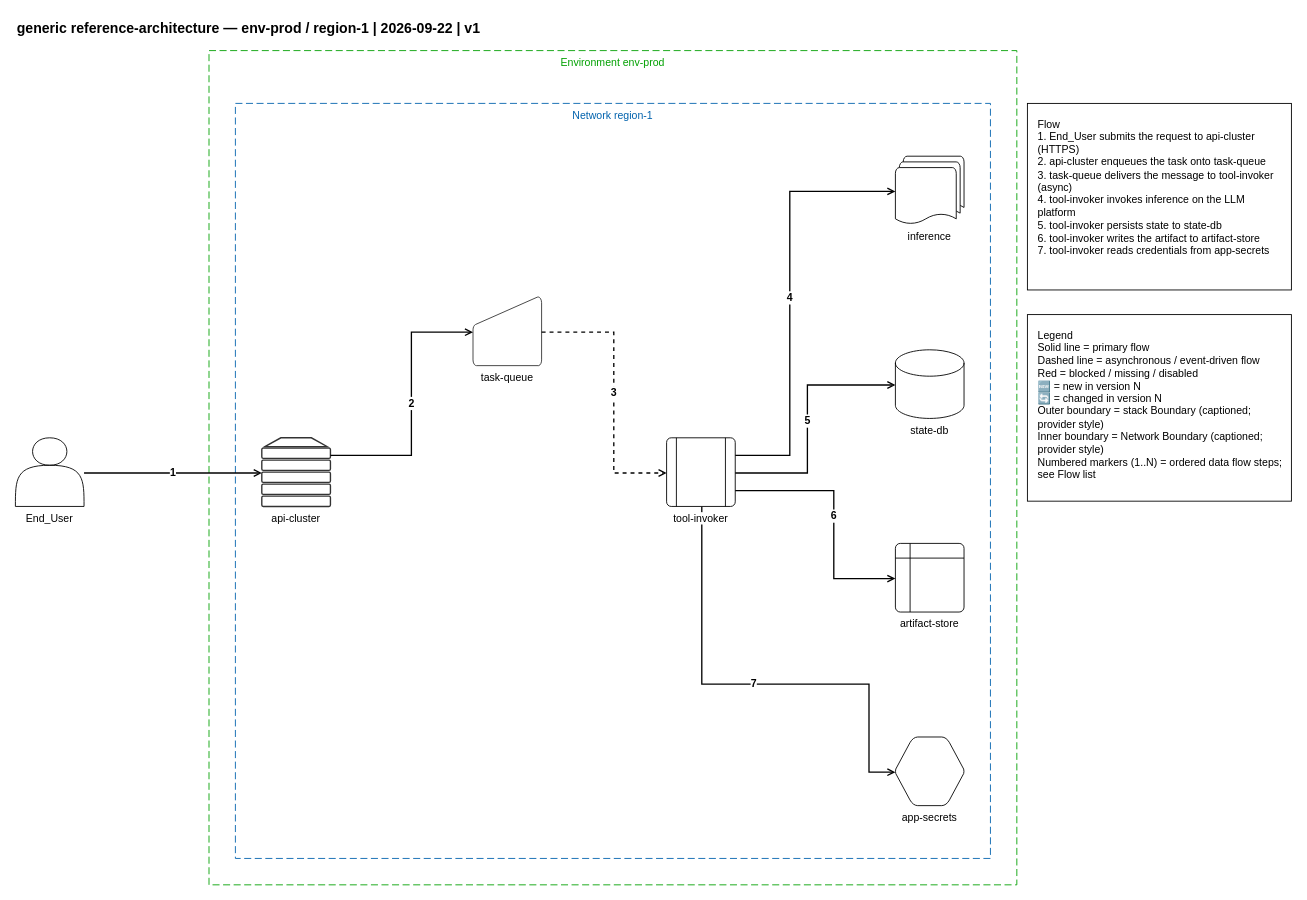
Before: examples/generic/01-generic-reference-architecture.drawio in totoshko88/Cloud_Architecture, a draw.io diagram. Source tidied: cells renumbered, new cells numbered last; positions are measured from the earlier drawing's top-left corner, leaving out a move shared by most shapes. Both pictures are drawn from the tidied source at 88%, with x=0, y=0 at pixel (15, 15).
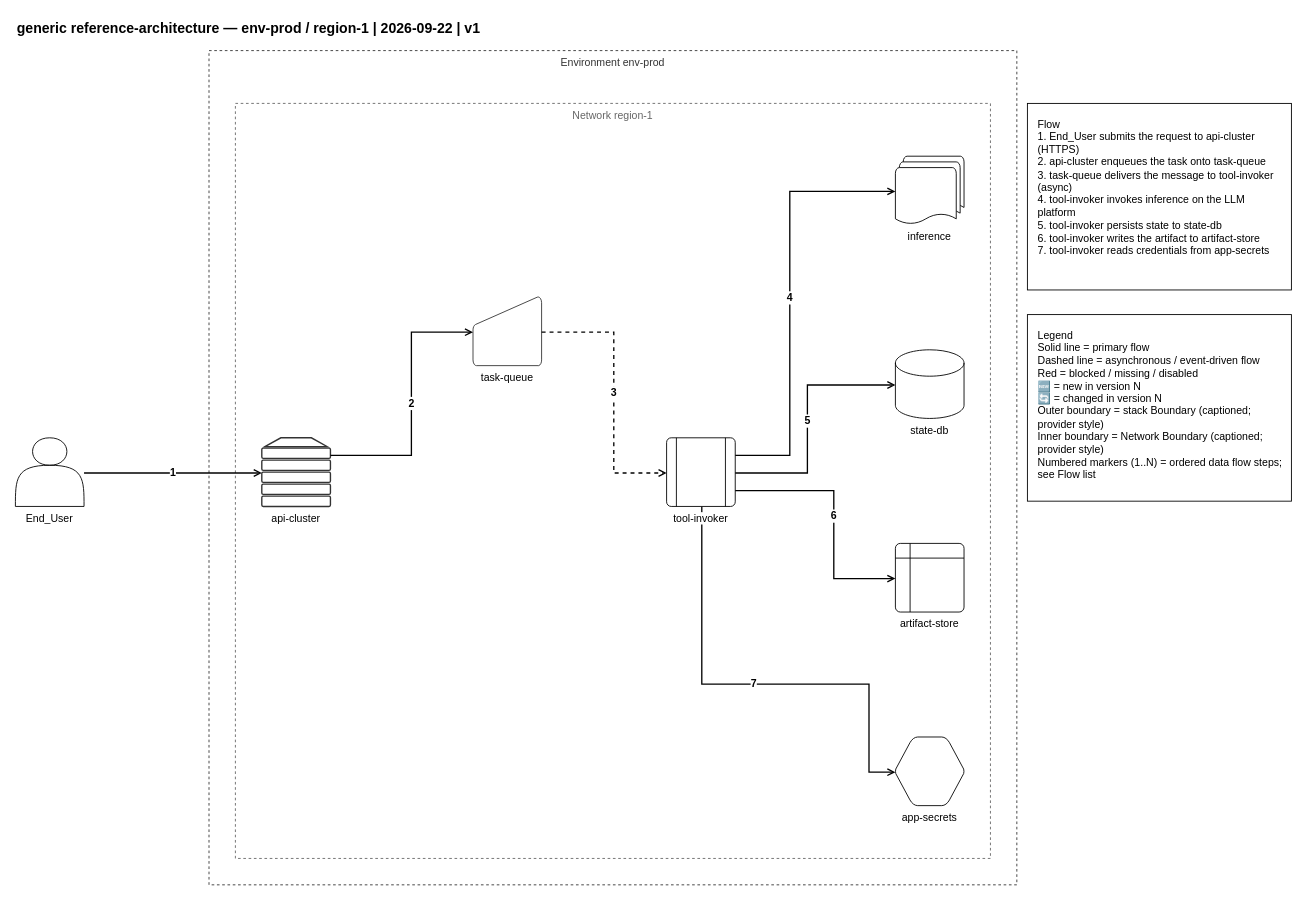
After the change.

The edit, as a diff of the source:
```diff
@@
-    <mxCell id="3" value="Environment env-prod" style="rounded=0;whiteSpace=wrap;html=1;dashed=1;dashPattern=8 4;strokeColor=#00A000;fillColor=none;verticalAlign=top;fontColor=#00A000;fontSize=12;" parent="1" vertex="1">
+    <mxCell id="3" value="Environment env-prod" style="rounded=0;whiteSpace=wrap;html=1;fillColor=none;strokeColor=#333333;dashed=1;verticalAlign=top;fontColor=#333333;fontSize=12;" parent="1" vertex="1">
       <mxGeometry x="220" y="40" width="918" height="948" as="geometry" />
     </mxCell>
-    <mxCell id="4" value="Network region-1" style="rounded=0;whiteSpace=wrap;html=1;dashed=1;dashPattern=8 4;strokeColor=#0062AD;fillColor=none;verticalAlign=top;fontColor=#0062AD;fontSize=12;" parent="1" vertex="1">
+    <mxCell id="4" value="Network region-1" style="rounded=0;whiteSpace=wrap;html=1;fillColor=none;strokeColor=#666666;dashed=1;verticalAlign=top;fontColor=#666666;fontSize=12;" parent="1" vertex="1">
       <mxGeometry x="250" y="100" width="858" height="858" as="geometry" />
     </mxCell>
```
